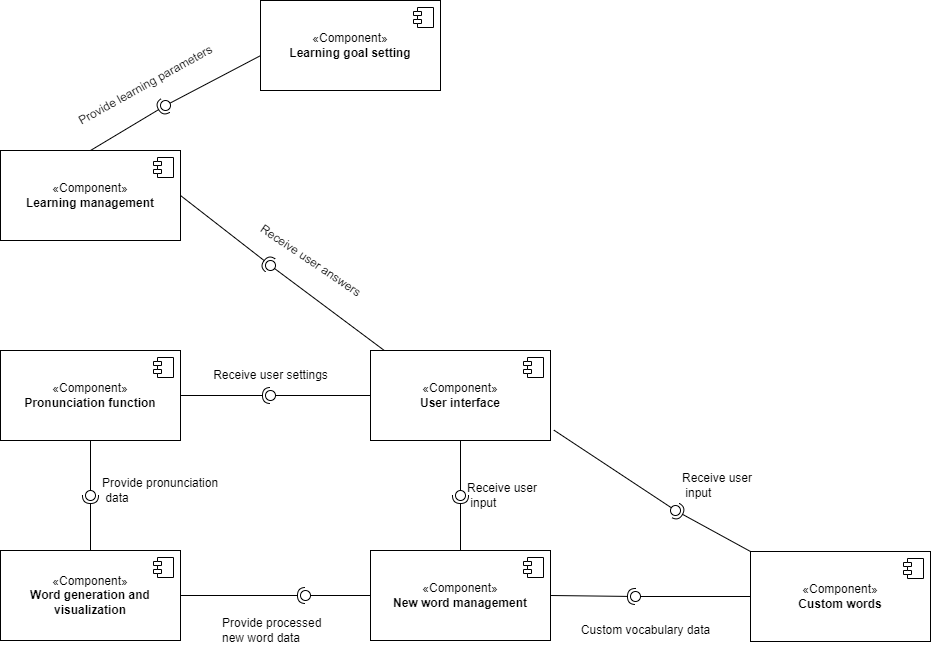
Earlier version of the draw.io export component.drawio.png (xiangxiang3451/blog_pictures). Source tidied: cells renumbered, new cells last; positions are measured from the earlier drawing's top-left corner, leaving out a move shared by most shapes.
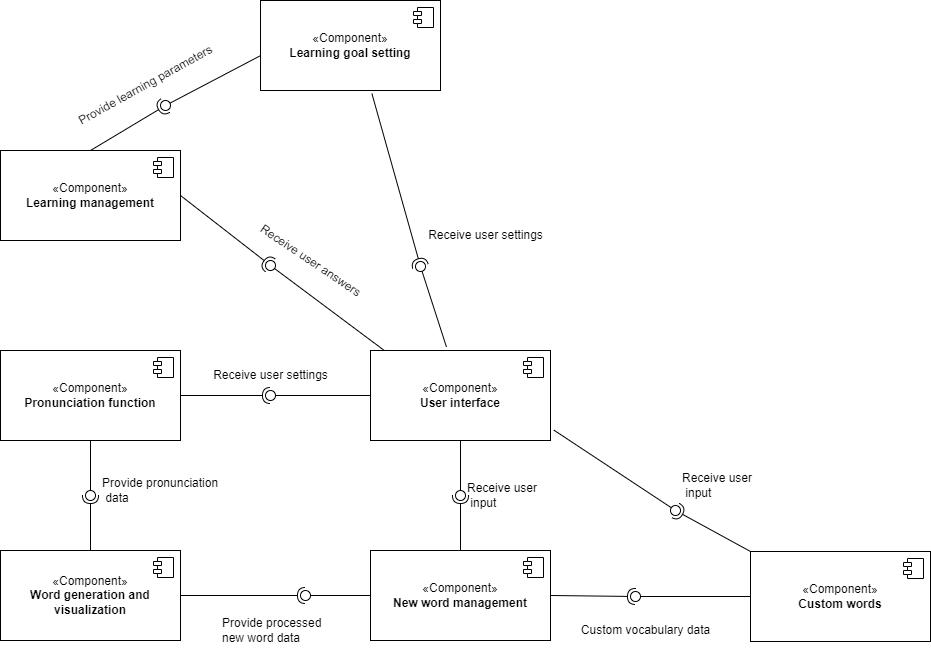
The same file after the commit.

The edit, as a diff of the source:
```diff
@@ -154,5 +154,17 @@
     <mxCell id="47" value="Provide learning parameters" style="text;html=1;align=center;verticalAlign=middle;strokeColor=none;fillColor=none;rotation=331;" parent="1" vertex="1">
       <mxGeometry x="60" y="70" width="170" height="30" as="geometry" />
     </mxCell>
+    <mxCell id="48" style="rounded=0;jettySize=auto;html=1;endArrow=halfCircle;endFill=0;endSize=6;strokeWidth=1;sketch=0;exitX=0.619;exitY=1.035;exitDx=0;exitDy=0;exitPerimeter=0;" parent="1" edge="1" source="42" target="50">
+      <mxGeometry relative="1" as="geometry" />
+    </mxCell>
+    <mxCell id="49" style="rounded=0;jettySize=auto;html=1;endArrow=oval;endFill=0;sketch=0;sourcePerimeterSpacing=0;targetPerimeterSpacing=0;endSize=10;exitX=0.422;exitY=-0.039;exitDx=0;exitDy=0;exitPerimeter=0;" parent="1" edge="1" source="2" target="50">
+      <mxGeometry relative="1" as="geometry" />
+    </mxCell>
+    <mxCell id="50" style="ellipse;whiteSpace=wrap;html=1;align=center;fillColor=none;strokeColor=none;perimeter=centerPerimeter;points=[];outlineConnect=1;" parent="1" vertex="1">
+      <mxGeometry x="415" y="261" width="10" height="10" as="geometry" />
+    </mxCell>
+    <mxCell id="51" value="Receive user settings" style="text;html=1;align=center;verticalAlign=middle;strokeColor=none;fillColor=none;" parent="1" vertex="1">
+      <mxGeometry x="415" y="220" width="140" height="30" as="geometry" />
+    </mxCell>
   </root>
 </mxGraphModel>
```
